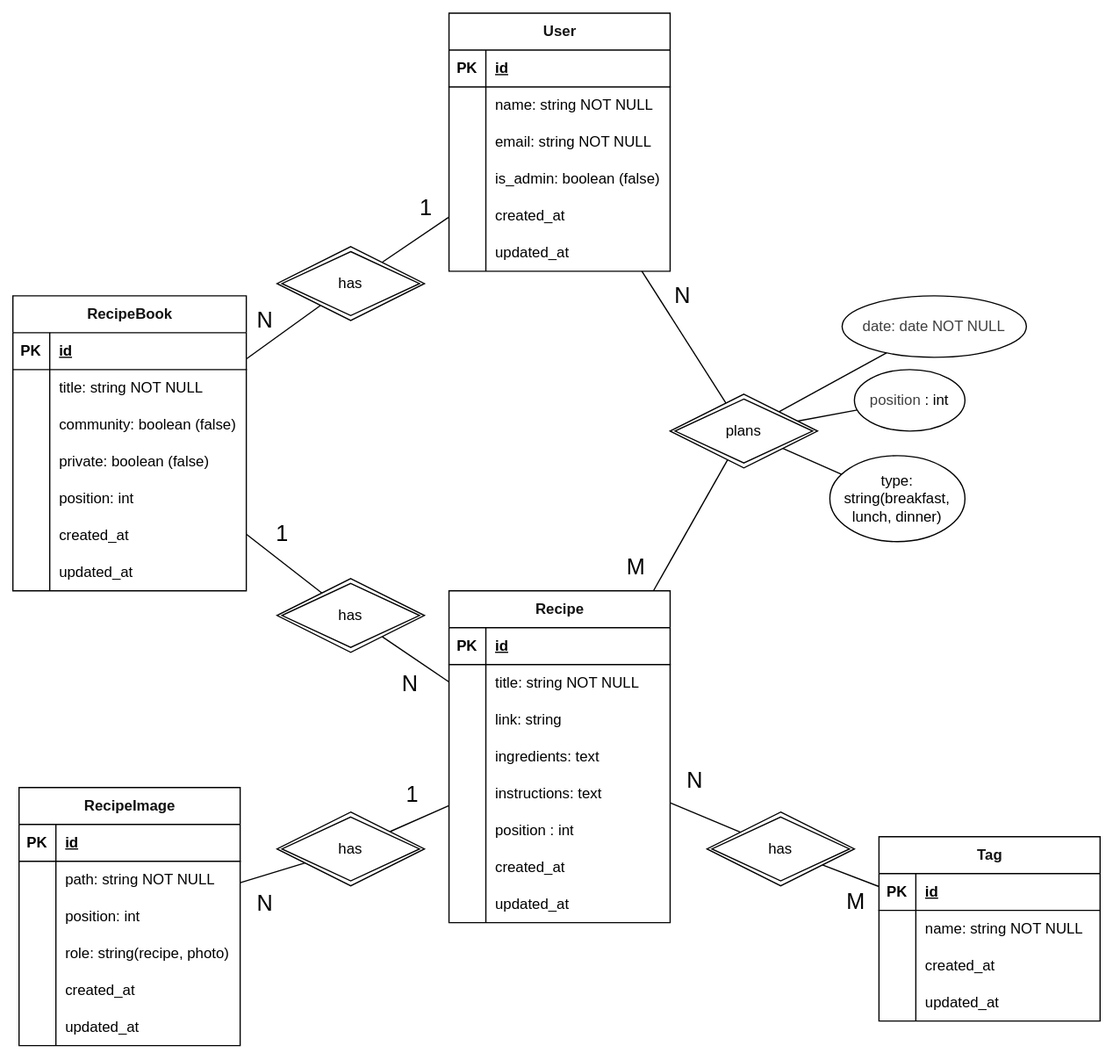
Earlier version of the draw.io export docs/diagrams/db-schema.drawio.svg (lchristmann/recipe-manager). Source tidied: cells renumbered, new cells last; positions are measured from the earlier drawing's top-left corner, leaving out a move shared by most shapes.
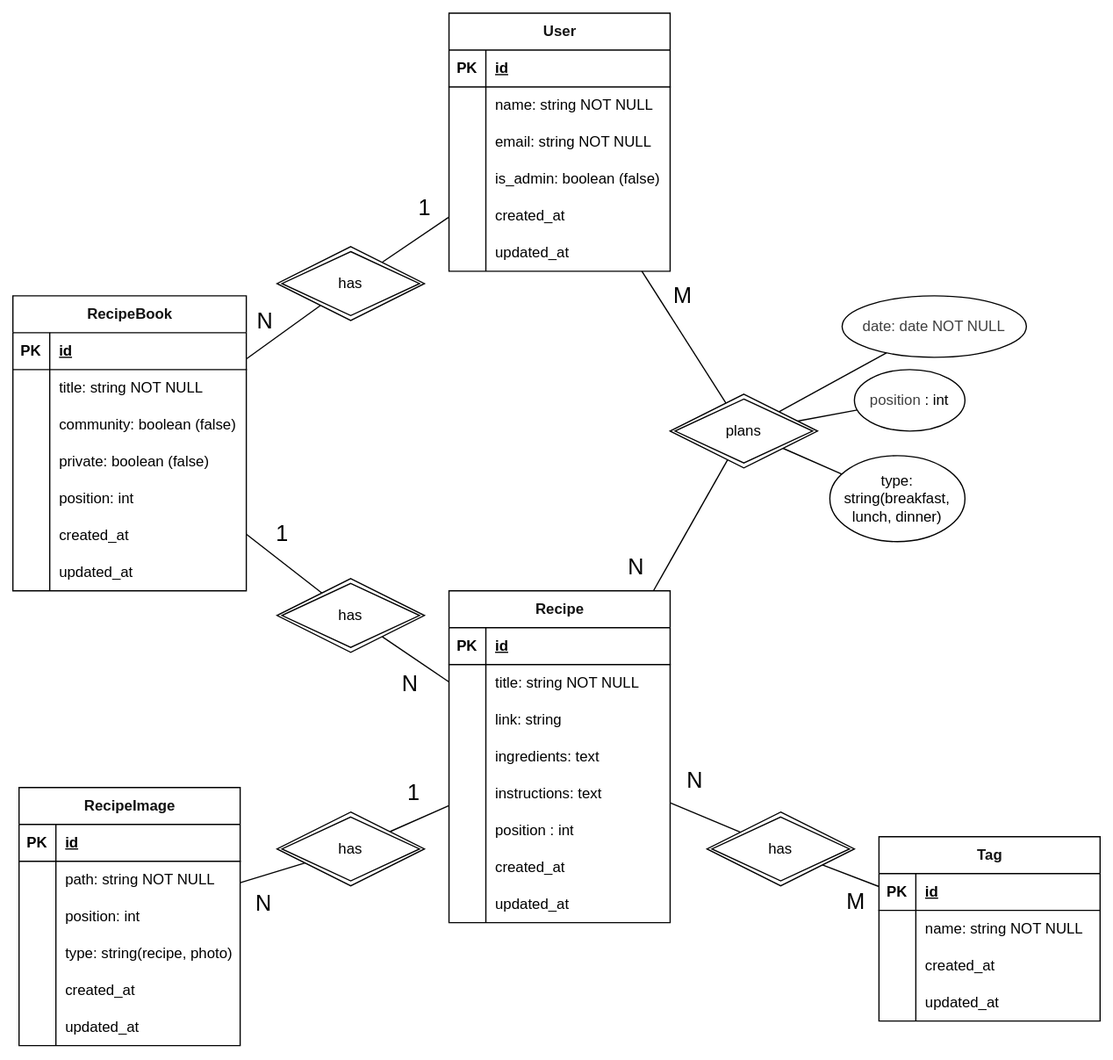
After the commit.

The edit, as a diff of the source:
```diff
@@ -241,7 +241,7 @@
     <mxCell id="78" style="edgeStyle=none;html=1;endArrow=none;endFill=0;" parent="1" edge="1" source="2" target="85">
       <mxGeometry relative="1" as="geometry" />
     </mxCell>
-    <mxCell id="79" value="N" style="edgeLabel;html=1;align=center;verticalAlign=middle;fontSize=18;" parent="78" vertex="1">
+    <mxCell id="79" value="M" style="edgeLabel;html=1;align=center;verticalAlign=middle;fontSize=18;" parent="78" vertex="1">
       <mxGeometry x="-0.47" y="-2" relative="1" as="geometry">
         <mxPoint x="16" y="-10" as="offset" />
       </mxGeometry>
@@ -249,7 +249,7 @@
     <mxCell id="80" style="edgeStyle=none;html=1;endArrow=none;endFill=0;" parent="1" edge="1" source="85" target="48">
       <mxGeometry relative="1" as="geometry" />
     </mxCell>
-    <mxCell id="81" value="M" style="edgeLabel;html=1;align=center;verticalAlign=middle;fontSize=18;" parent="80" vertex="1">
+    <mxCell id="81" value="N" style="edgeLabel;html=1;align=center;verticalAlign=middle;fontSize=18;" parent="80" vertex="1">
       <mxGeometry x="0.54" y="3" relative="1" as="geometry">
         <mxPoint x="-32" y="4" as="offset" />
       </mxGeometry>
@@ -305,7 +305,7 @@
     <mxCell id="98" style="shape=partialRectangle;fillColor=none;top=0;left=0;bottom=0;right=0;overflow=hidden;whiteSpace=wrap;html=1;" parent="97" vertex="1">
       <mxGeometry width="30" height="30" as="geometry" />
     </mxCell>
-    <mxCell id="99" value="role: string(recipe, photo)" style="shape=partialRectangle;fillColor=none;top=0;left=0;bottom=0;right=0;align=left;spacingLeft=6;overflow=hidden;whiteSpace=wrap;html=1;" parent="97" vertex="1">
+    <mxCell id="99" value="type: string(recipe, photo)" style="shape=partialRectangle;fillColor=none;top=0;left=0;bottom=0;right=0;align=left;spacingLeft=6;overflow=hidden;whiteSpace=wrap;html=1;" parent="97" vertex="1">
       <mxGeometry x="30" width="150" height="30" as="geometry" />
     </mxCell>
     <mxCell id="100" style="shape=tableRow;horizontal=0;startSize=0;swimlaneHead=0;swimlaneBody=0;fillColor=none;top=0;left=0;right=0;bottom=0;" parent="87" vertex="1">
```
